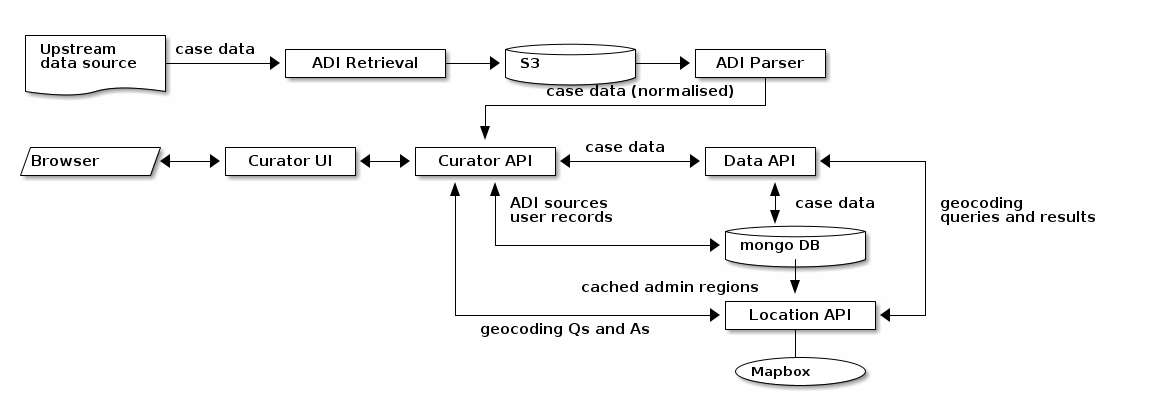
The PlantUML diagram docs/images/dataflow.png in globaldothealth/list, before a commit. Its source is kept beside it as docs/src/dataflow.puml.
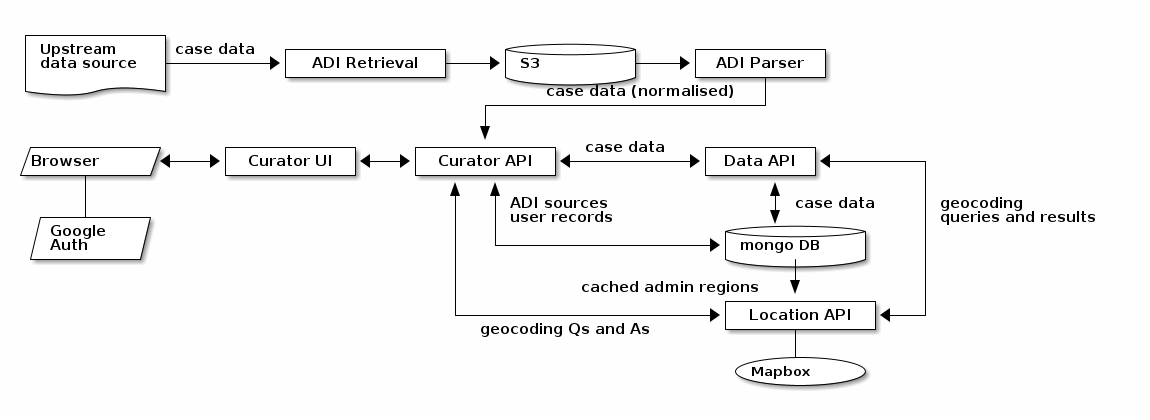
The same file after the commit.

Commit message:
Add Google to the data flow diagram

Diff of the diagram source:
```diff
@@ -10,13 +10,13 @@
                                               v
 +------------+      +------------+     +------+------+  case data   +----------+
 |Browser {io}+<---->+ Curator UI +<--->+ Curator API +<------------>+ Data API +<---------+
-+------------+      +------------+     +---+---+-----+              +------+---+          |
-                                           ^   ^                           ^              |
-                                           |   | ADI sources               | case data    | geocoding
-                                           |   | user records              v              | queries and results
-                                           |   |                      +----+--------+     |
-                                           |   +--------------------->+ mongo DB {s}|     |
-                                           |                          +------+------+     |
++-----+------+      +------------+     +---+---+-----+              +------+---+          |
+      |                                    ^   ^                           ^              |
+      |                                    |   | ADI sources               | case data    | geocoding
+ +----+-----+                              |   | user records              v              | queries and results
+ | Google   |                              |   |                      +----+--------+     |
+ | Auth {io}|                              |   +--------------------->+ mongo DB {s}|     |
+ +----------+                              |                          +------+------+     |
                                            |                                 |            |
                                            |           cached admin regions  v            |
                                            |                          +------+-------+    |
```
